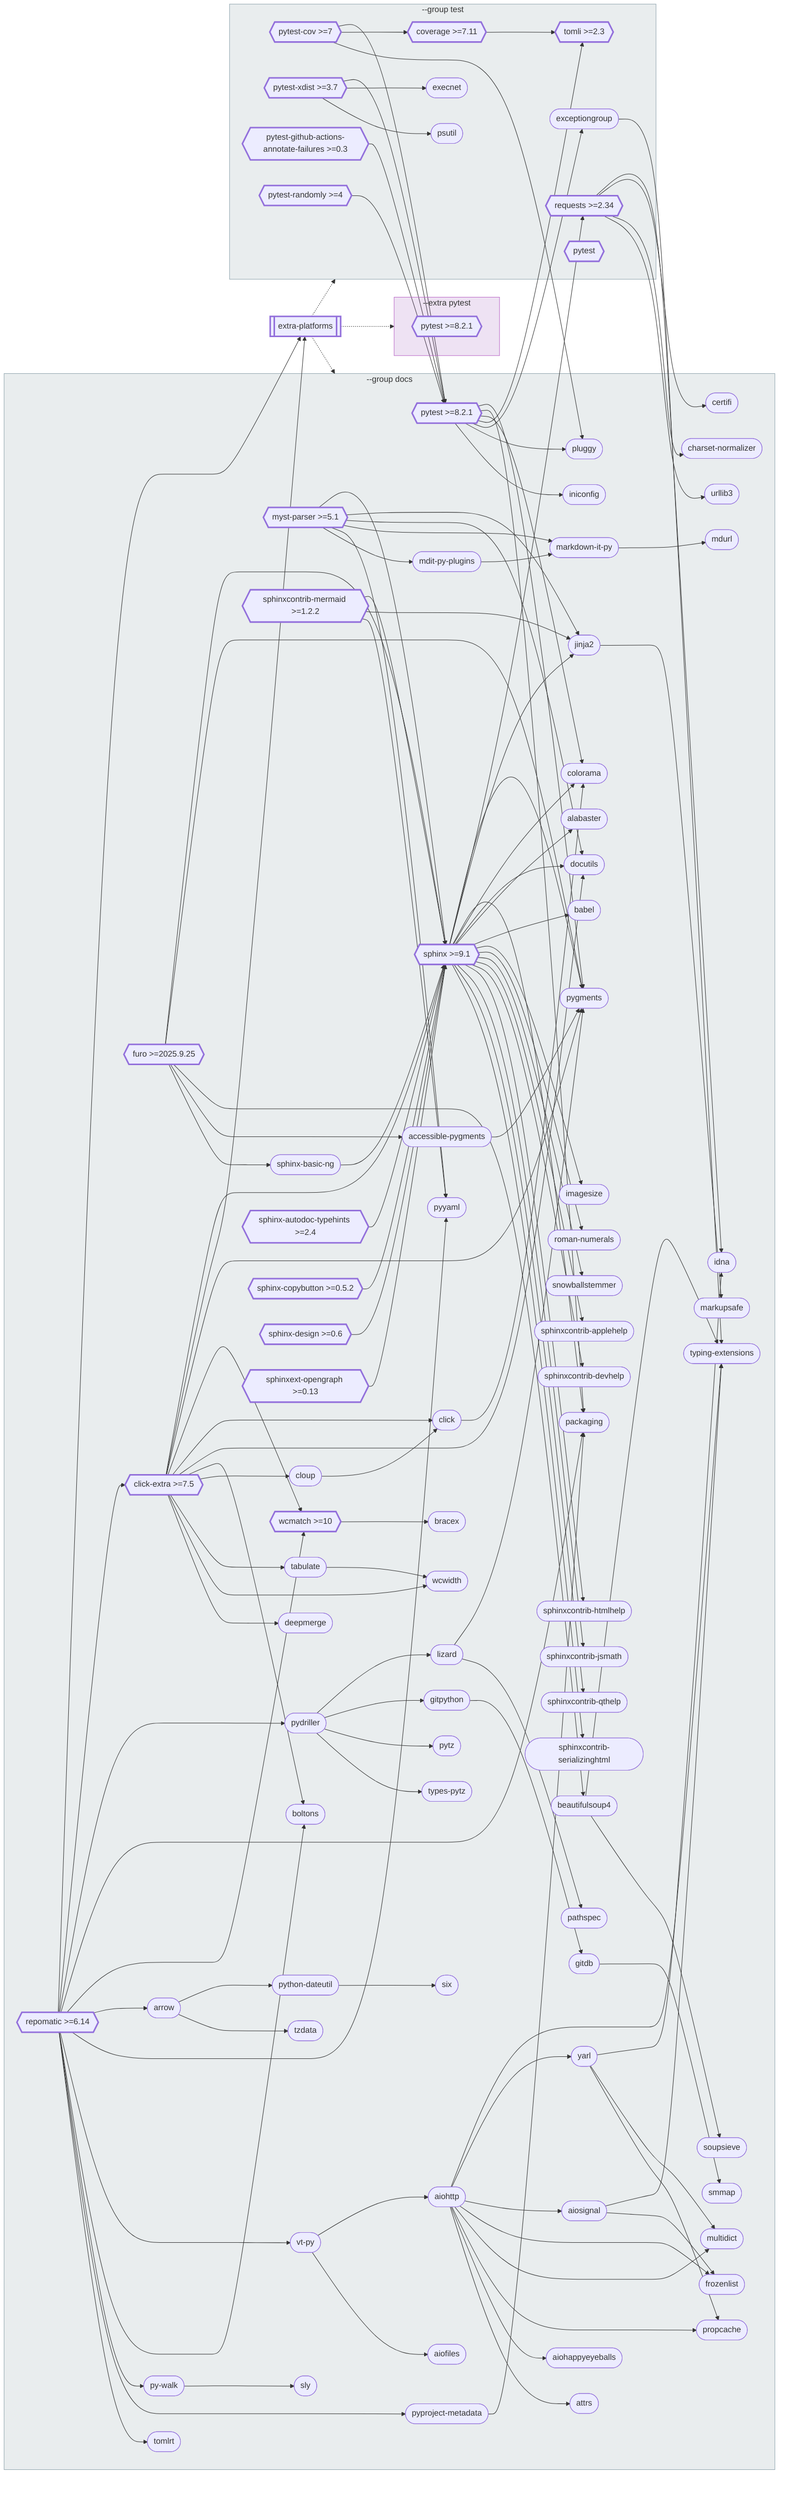
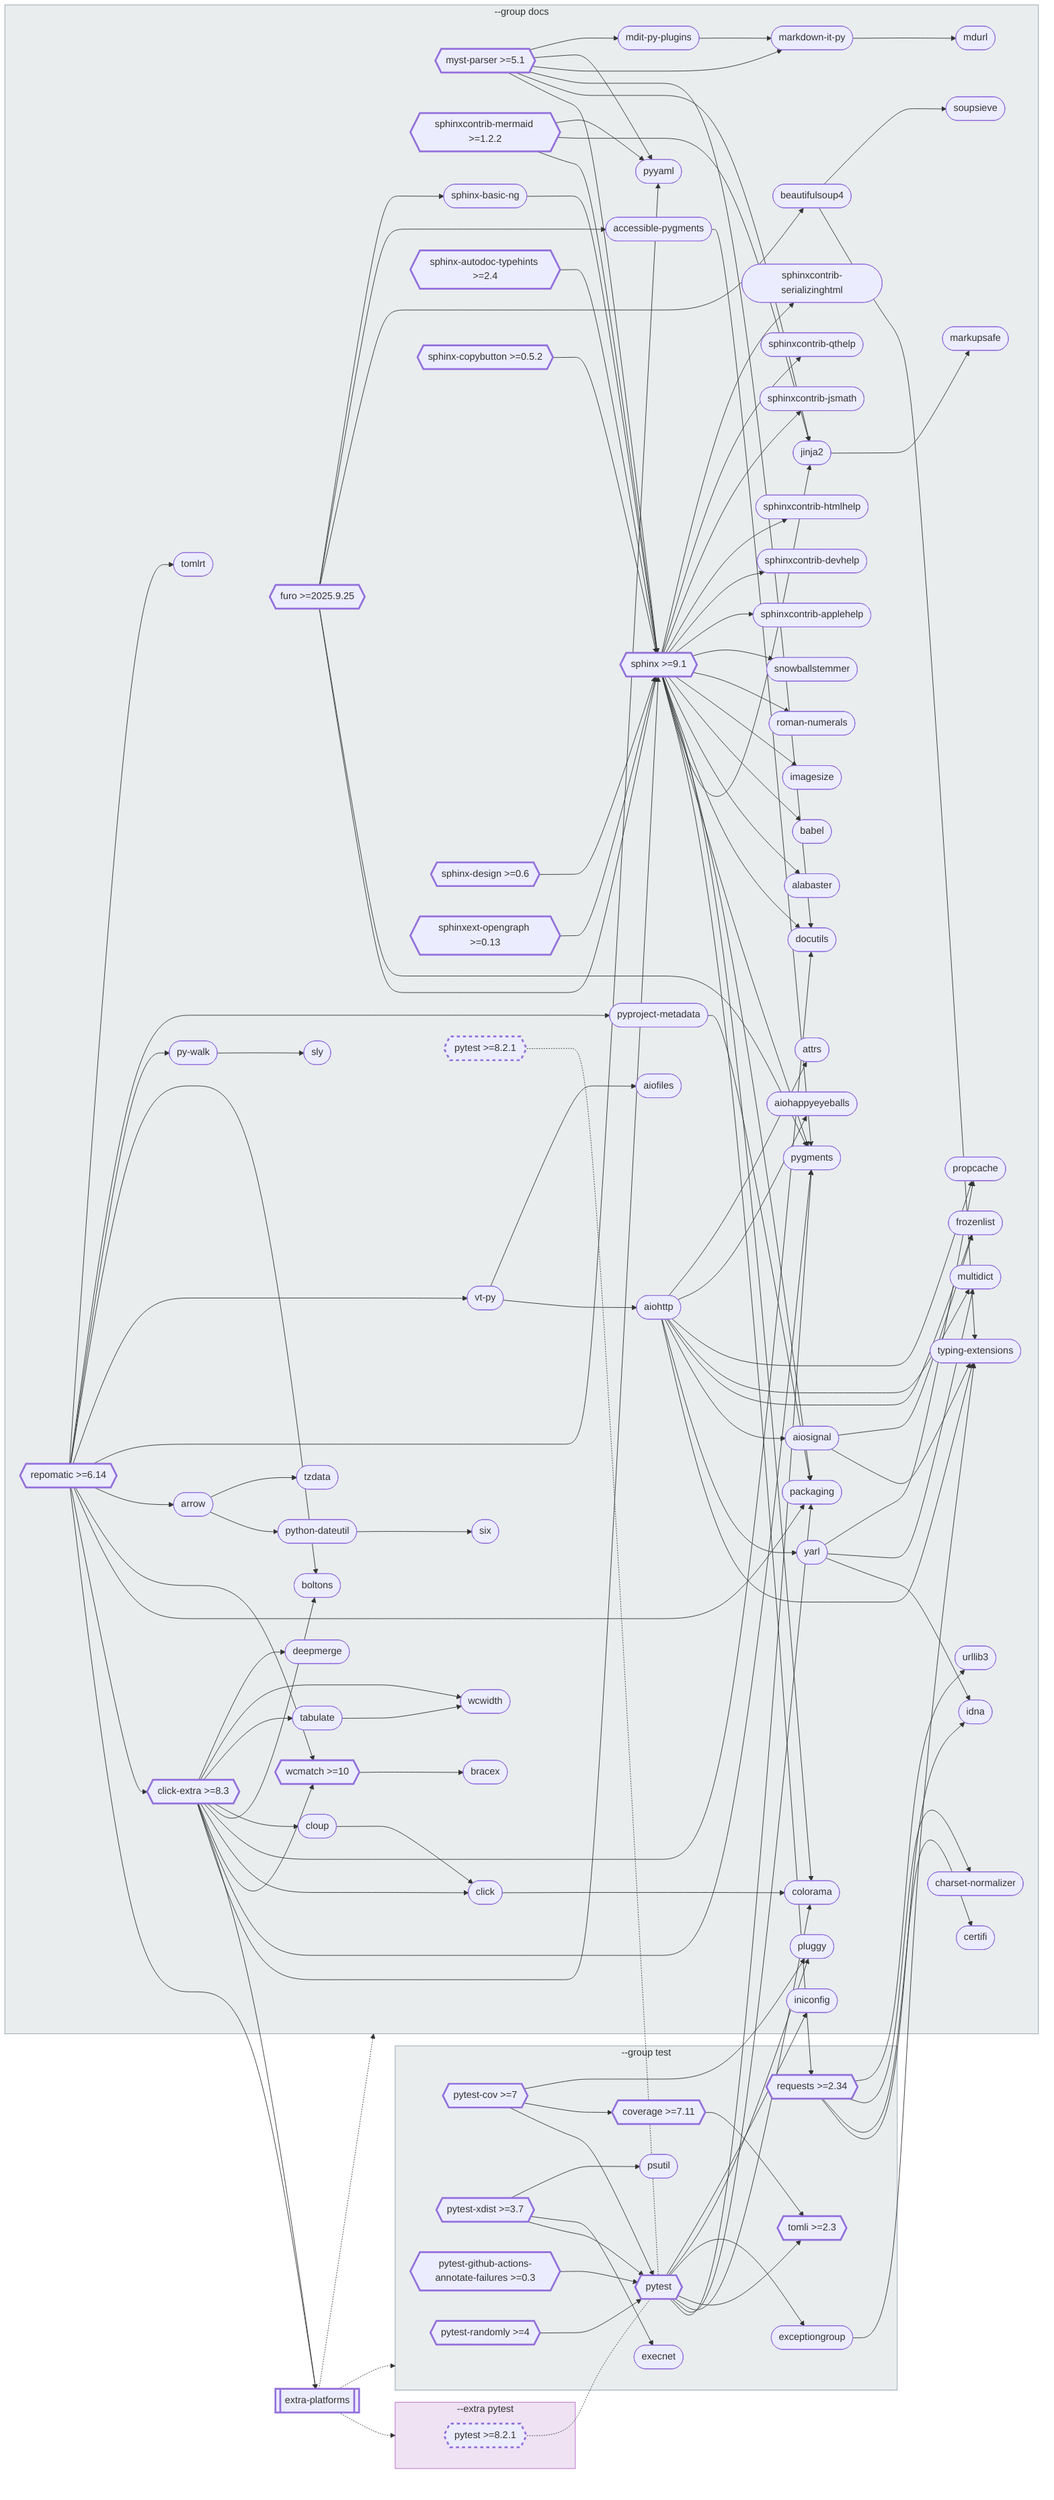
flowchart LR
    extra_platforms[["`extra-platforms`"]]

    subgraph ext_pytest [--extra pytest]
        ext_pytest_pytest{{"`pytest >=8.2.1`"}}
    end

    subgraph grp_docs [--group docs]
        sphinx{{"`sphinx >=9.1`"}}
-         click_extra{{"`click-extra >=7.5`"}}
+         click_extra{{"`click-extra >=8.3`"}}
        repomatic{{"`repomatic >=6.14`"}}
-         pytest{{"`pytest >=8.2.1`"}}
        aiohttp(["`aiohttp`"])
        myst_parser{{"`myst-parser >=5.1`"}}
        furo{{"`furo >=2025.9.25`"}}
        pygments(["`pygments`"])
-         pydriller(["`pydriller`"])
        jinja2(["`jinja2`"])
        packaging(["`packaging`"])
        sphinxcontrib_mermaid{{"`sphinxcontrib-mermaid >=1.2.2`"}}
        typing_extensions(["`typing-extensions`"])
        wcmatch{{"`wcmatch >=10`"}}
        yarl(["`yarl`"])
        aiosignal(["`aiosignal`"])
        arrow(["`arrow`"])
        beautifulsoup4(["`beautifulsoup4`"])
        click_0(["`click`"])
        colorama(["`colorama`"])
        docutils(["`docutils`"])
-         lizard(["`lizard`"])
        markdown_it_py(["`markdown-it-py`"])
        pyyaml(["`pyyaml`"])
        vt_py(["`vt-py`"])
        accessible_pygments(["`accessible-pygments`"])
        boltons(["`boltons`"])
        cloup(["`cloup`"])
        frozenlist(["`frozenlist`"])
-         gitdb(["`gitdb`"])
-         gitpython(["`gitpython`"])
        idna(["`idna`"])
        mdit_py_plugins(["`mdit-py-plugins`"])
        multidict(["`multidict`"])
        pluggy(["`pluggy`"])
        propcache(["`propcache`"])
        py_walk(["`py-walk`"])
        pyproject_metadata(["`pyproject-metadata`"])
        python_dateutil(["`python-dateutil`"])
        sphinx_autodoc_typehints{{"`sphinx-autodoc-typehints >=2.4`"}}
        sphinx_basic_ng(["`sphinx-basic-ng`"])
        sphinx_copybutton{{"`sphinx-copybutton >=0.5.2`"}}
        sphinx_design{{"`sphinx-design >=0.6`"}}
        sphinxext_opengraph{{"`sphinxext-opengraph >=0.13`"}}
        tabulate(["`tabulate`"])
        wcwidth(["`wcwidth`"])
        aiofiles(["`aiofiles`"])
        aiohappyeyeballs(["`aiohappyeyeballs`"])
        alabaster(["`alabaster`"])
        attrs(["`attrs`"])
        babel(["`babel`"])
        bracex(["`bracex`"])
        certifi(["`certifi`"])
        charset_normalizer(["`charset-normalizer`"])
        deepmerge(["`deepmerge`"])
        imagesize(["`imagesize`"])
        iniconfig(["`iniconfig`"])
        markupsafe(["`markupsafe`"])
        mdurl(["`mdurl`"])
-         pathspec(["`pathspec`"])
-         pytz(["`pytz`"])
        roman_numerals(["`roman-numerals`"])
        six(["`six`"])
        sly(["`sly`"])
-         smmap(["`smmap`"])
        snowballstemmer(["`snowballstemmer`"])
        soupsieve(["`soupsieve`"])
        sphinxcontrib_applehelp(["`sphinxcontrib-applehelp`"])
        sphinxcontrib_devhelp(["`sphinxcontrib-devhelp`"])
        sphinxcontrib_htmlhelp(["`sphinxcontrib-htmlhelp`"])
        sphinxcontrib_jsmath(["`sphinxcontrib-jsmath`"])
        sphinxcontrib_qthelp(["`sphinxcontrib-qthelp`"])
        sphinxcontrib_serializinghtml(["`sphinxcontrib-serializinghtml`"])
        tomlrt(["`tomlrt`"])
-         types_pytz(["`types-pytz`"])
        tzdata(["`tzdata`"])
        urllib3(["`urllib3`"])
+         grp_docs_pytest{{"`pytest >=8.2.1`"}}
    end

    subgraph grp_test [--group test]
+         pytest{{"`pytest`"}}
        requests{{"`requests >=2.34`"}}
        pytest_cov{{"`pytest-cov >=7`"}}
        pytest_xdist{{"`pytest-xdist >=3.7`"}}
        coverage{{"`coverage >=7.11`"}}
        tomli{{"`tomli >=2.3`"}}
        exceptiongroup(["`exceptiongroup`"])
        pytest_github_actions_annotate_failures{{"`pytest-github-actions-annotate-failures >=0.3`"}}
        pytest_randomly{{"`pytest-randomly >=4`"}}
        execnet(["`execnet`"])
        psutil(["`psutil`"])
-         grp_test_pytest{{"`pytest`"}}
    end

+     sphinx --> requests
    sphinx --> pygments
-     sphinx --> requests
    sphinx --> jinja2
    sphinx --> packaging
    sphinx --> colorama
    sphinx --> docutils
    sphinx --> alabaster
    sphinx --> babel
    sphinx --> imagesize
    sphinx --> roman_numerals
    sphinx --> snowballstemmer
    sphinx --> sphinxcontrib_applehelp
    sphinx --> sphinxcontrib_devhelp
    sphinx --> sphinxcontrib_htmlhelp
    sphinx --> sphinxcontrib_jsmath
    sphinx --> sphinxcontrib_qthelp
    sphinx --> sphinxcontrib_serializinghtml
    click_extra --> sphinx
    click_extra --> extra_platforms
    click_extra --> pygments
    click_extra --> wcmatch
    click_extra --> click_0
    click_extra --> docutils
    click_extra --> boltons
    click_extra --> cloup
    click_extra --> tabulate
    click_extra --> wcwidth
    click_extra --> deepmerge
+     pytest --> pygments
+     pytest --> packaging
+     pytest --> colorama
+     pytest --> tomli
+     pytest --> exceptiongroup
+     pytest --> pluggy
+     pytest --> iniconfig
    repomatic --> extra_platforms
    repomatic --> click_extra
-     repomatic --> pydriller
    repomatic --> packaging
    repomatic --> wcmatch
    repomatic --> arrow
    repomatic --> pyyaml
    repomatic --> vt_py
    repomatic --> boltons
    repomatic --> py_walk
    repomatic --> pyproject_metadata
    repomatic --> tomlrt
-     pytest --> pygments
-     pytest --> packaging
-     pytest --> colorama
-     pytest --> tomli
-     pytest --> exceptiongroup
-     pytest --> pluggy
-     pytest --> iniconfig
    myst_parser --> sphinx
    myst_parser --> jinja2
    myst_parser --> docutils
    myst_parser --> markdown_it_py
    myst_parser --> pyyaml
    myst_parser --> mdit_py_plugins
    furo --> sphinx
    furo --> pygments
    furo --> beautifulsoup4
    furo --> accessible_pygments
    furo --> sphinx_basic_ng
    requests --> idna
    requests --> certifi
    requests --> charset_normalizer
    requests --> urllib3
    pytest_cov --> pytest
    pytest_cov --> coverage
    pytest_cov --> pluggy
    pytest_xdist --> pytest
    pytest_xdist --> execnet
    pytest_xdist --> psutil
    sphinxcontrib_mermaid --> sphinx
    sphinxcontrib_mermaid --> jinja2
    sphinxcontrib_mermaid --> pyyaml
    wcmatch --> bracex
    coverage --> tomli
    pytest_github_actions_annotate_failures --> pytest
    pytest_randomly --> pytest
    sphinx_autodoc_typehints --> sphinx
    sphinx_copybutton --> sphinx
    sphinx_design --> sphinx
    sphinxext_opengraph --> sphinx
-     pydriller --> lizard
-     pydriller --> gitpython
-     pydriller --> pytz
-     pydriller --> types_pytz
    jinja2 --> markupsafe
    arrow --> python_dateutil
    arrow --> tzdata
    beautifulsoup4 --> typing_extensions
    beautifulsoup4 --> soupsieve
    click_0 --> colorama
    markdown_it_py --> mdurl
    vt_py --> aiohttp
    vt_py --> aiofiles
    accessible_pygments --> pygments
    cloup --> click_0
    exceptiongroup --> typing_extensions
    mdit_py_plugins --> markdown_it_py
    py_walk --> sly
    pyproject_metadata --> packaging
    sphinx_basic_ng --> sphinx
    tabulate --> wcwidth
    aiohttp --> typing_extensions
    aiohttp --> yarl
    aiohttp --> aiosignal
    aiohttp --> frozenlist
    aiohttp --> multidict
    aiohttp --> propcache
    aiohttp --> aiohappyeyeballs
    aiohttp --> attrs
-     lizard --> pygments
-     lizard --> pathspec
-     gitpython --> gitdb
    python_dateutil --> six
    yarl --> idna
    yarl --> multidict
    yarl --> propcache
    aiosignal --> typing_extensions
    aiosignal --> frozenlist
-     gitdb --> smmap
    extra_platforms -.-> ext_pytest
    extra_platforms -.-> grp_docs
    extra_platforms -.-> grp_test
+     ext_pytest_pytest -.- pytest
+     grp_docs_pytest -.- pytest

    click accessible_pygments "https://pypi.org/project/accessible-pygments/" _blank
    click aiofiles "https://pypi.org/project/aiofiles/" _blank
    click aiohappyeyeballs "https://pypi.org/project/aiohappyeyeballs/" _blank
    click aiohttp "https://pypi.org/project/aiohttp/" _blank
    click aiosignal "https://pypi.org/project/aiosignal/" _blank
    click alabaster "https://pypi.org/project/alabaster/" _blank
    click arrow "https://pypi.org/project/arrow/" _blank
    click attrs "https://pypi.org/project/attrs/" _blank
    click babel "https://pypi.org/project/babel/" _blank
    click beautifulsoup4 "https://pypi.org/project/beautifulsoup4/" _blank
    click boltons "https://pypi.org/project/boltons/" _blank
    click bracex "https://pypi.org/project/bracex/" _blank
    click certifi "https://pypi.org/project/certifi/" _blank
    click charset_normalizer "https://pypi.org/project/charset-normalizer/" _blank
    click click_0 "https://pypi.org/project/click/" _blank
    click click_extra "https://pypi.org/project/click-extra/" _blank
    click cloup "https://pypi.org/project/cloup/" _blank
    click colorama "https://pypi.org/project/colorama/" _blank
    click coverage "https://pypi.org/project/coverage/" _blank
    click deepmerge "https://pypi.org/project/deepmerge/" _blank
    click docutils "https://pypi.org/project/docutils/" _blank
    click exceptiongroup "https://pypi.org/project/exceptiongroup/" _blank
    click execnet "https://pypi.org/project/execnet/" _blank
    click extra_platforms "https://pypi.org/project/extra-platforms/" _blank
    click frozenlist "https://pypi.org/project/frozenlist/" _blank
    click furo "https://pypi.org/project/furo/" _blank
-     click gitdb "https://pypi.org/project/gitdb/" _blank
-     click gitpython "https://pypi.org/project/gitpython/" _blank
    click idna "https://pypi.org/project/idna/" _blank
    click imagesize "https://pypi.org/project/imagesize/" _blank
    click iniconfig "https://pypi.org/project/iniconfig/" _blank
    click jinja2 "https://pypi.org/project/jinja2/" _blank
-     click lizard "https://pypi.org/project/lizard/" _blank
    click markdown_it_py "https://pypi.org/project/markdown-it-py/" _blank
    click markupsafe "https://pypi.org/project/markupsafe/" _blank
    click mdit_py_plugins "https://pypi.org/project/mdit-py-plugins/" _blank
    click mdurl "https://pypi.org/project/mdurl/" _blank
    click multidict "https://pypi.org/project/multidict/" _blank
    click myst_parser "https://pypi.org/project/myst-parser/" _blank
    click packaging "https://pypi.org/project/packaging/" _blank
-     click pathspec "https://pypi.org/project/pathspec/" _blank
    click pluggy "https://pypi.org/project/pluggy/" _blank
    click propcache "https://pypi.org/project/propcache/" _blank
    click psutil "https://pypi.org/project/psutil/" _blank
    click py_walk "https://pypi.org/project/py-walk/" _blank
-     click pydriller "https://pypi.org/project/pydriller/" _blank
    click pygments "https://pypi.org/project/pygments/" _blank
    click pyproject_metadata "https://pypi.org/project/pyproject-metadata/" _blank
    click pytest "https://pypi.org/project/pytest/" _blank
    click pytest_cov "https://pypi.org/project/pytest-cov/" _blank
    click pytest_github_actions_annotate_failures "https://pypi.org/project/pytest-github-actions-annotate-failures/" _blank
    click pytest_randomly "https://pypi.org/project/pytest-randomly/" _blank
    click pytest_xdist "https://pypi.org/project/pytest-xdist/" _blank
    click python_dateutil "https://pypi.org/project/python-dateutil/" _blank
-     click pytz "https://pypi.org/project/pytz/" _blank
    click pyyaml "https://pypi.org/project/pyyaml/" _blank
    click repomatic "https://pypi.org/project/repomatic/" _blank
    click requests "https://pypi.org/project/requests/" _blank
    click roman_numerals "https://pypi.org/project/roman-numerals/" _blank
    click six "https://pypi.org/project/six/" _blank
    click sly "https://pypi.org/project/sly/" _blank
-     click smmap "https://pypi.org/project/smmap/" _blank
    click snowballstemmer "https://pypi.org/project/snowballstemmer/" _blank
    click soupsieve "https://pypi.org/project/soupsieve/" _blank
    click sphinx "https://pypi.org/project/sphinx/" _blank
    click sphinx_autodoc_typehints "https://pypi.org/project/sphinx-autodoc-typehints/" _blank
    click sphinx_basic_ng "https://pypi.org/project/sphinx-basic-ng/" _blank
    click sphinx_copybutton "https://pypi.org/project/sphinx-copybutton/" _blank
    click sphinx_design "https://pypi.org/project/sphinx-design/" _blank
    click sphinxcontrib_applehelp "https://pypi.org/project/sphinxcontrib-applehelp/" _blank
    click sphinxcontrib_devhelp "https://pypi.org/project/sphinxcontrib-devhelp/" _blank
    click sphinxcontrib_htmlhelp "https://pypi.org/project/sphinxcontrib-htmlhelp/" _blank
    click sphinxcontrib_jsmath "https://pypi.org/project/sphinxcontrib-jsmath/" _blank
    click sphinxcontrib_mermaid "https://pypi.org/project/sphinxcontrib-mermaid/" _blank
    click sphinxcontrib_qthelp "https://pypi.org/project/sphinxcontrib-qthelp/" _blank
    click sphinxcontrib_serializinghtml "https://pypi.org/project/sphinxcontrib-serializinghtml/" _blank
    click sphinxext_opengraph "https://pypi.org/project/sphinxext-opengraph/" _blank
    click tabulate "https://pypi.org/project/tabulate/" _blank
    click tomli "https://pypi.org/project/tomli/" _blank
    click tomlrt "https://pypi.org/project/tomlrt/" _blank
-     click types_pytz "https://pypi.org/project/types-pytz/" _blank
    click typing_extensions "https://pypi.org/project/typing-extensions/" _blank
    click tzdata "https://pypi.org/project/tzdata/" _blank
    click urllib3 "https://pypi.org/project/urllib3/" _blank
    click vt_py "https://pypi.org/project/vt-py/" _blank
    click wcmatch "https://pypi.org/project/wcmatch/" _blank
    click wcwidth "https://pypi.org/project/wcwidth/" _blank
    click yarl "https://pypi.org/project/yarl/" _blank
    click ext_pytest_pytest "https://pypi.org/project/pytest/" _blank
-     click grp_test_pytest "https://pypi.org/project/pytest/" _blank
+     click grp_docs_pytest "https://pypi.org/project/pytest/" _blank

    style extra_platforms stroke-width:3px
    style click_extra stroke-width:3px
    style coverage stroke-width:3px
    style furo stroke-width:3px
    style myst_parser stroke-width:3px
    style pytest stroke-width:3px
    style pytest_cov stroke-width:3px
    style pytest_github_actions_annotate_failures stroke-width:3px
    style pytest_randomly stroke-width:3px
    style pytest_xdist stroke-width:3px
    style repomatic stroke-width:3px
    style requests stroke-width:3px
    style sphinx stroke-width:3px
    style sphinx_autodoc_typehints stroke-width:3px
    style sphinx_copybutton stroke-width:3px
    style sphinx_design stroke-width:3px
    style sphinxcontrib_mermaid stroke-width:3px
    style sphinxext_opengraph stroke-width:3px
    style tomli stroke-width:3px
    style wcmatch stroke-width:3px
-     style ext_pytest_pytest stroke-width:3px
-     style grp_test_pytest stroke-width:3px
+     style ext_pytest_pytest stroke-width:3px,stroke-dasharray:5 5
+     style grp_docs_pytest stroke-width:3px,stroke-dasharray:5 5

    style ext_pytest fill:#7B1FA220,stroke:#BA68C8
    style grp_docs fill:#546E7A20,stroke:#90A4AE
    style grp_test fill:#546E7A20,stroke:#90A4AE
